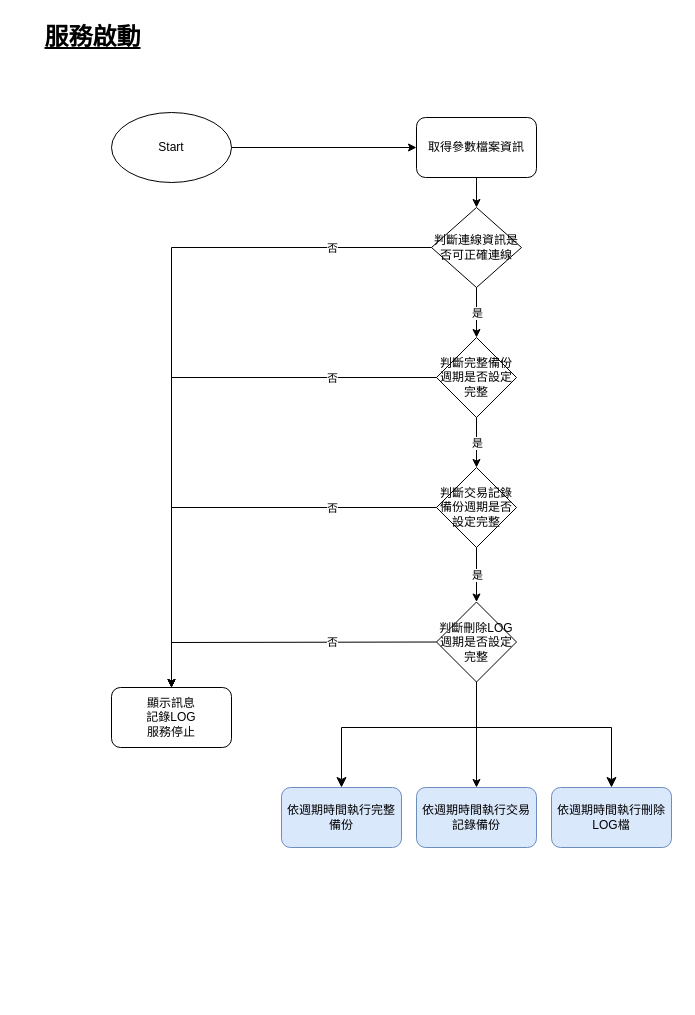
This is page "服務啟動" (2 of 5) of asus/ASUSMaintainTool/DBBackup/SA/diagram/DB_backup.drawio from ArcareRD/sadocs, a draw.io file, before an edit. Source tidied: cells renumbered, new cells numbered last; positions are measured from the earlier drawing's top-left corner, leaving out a move shared by most shapes. Both pictures are drawn from the tidied source at 100%, with x=0, y=0 at pixel (17, 17).
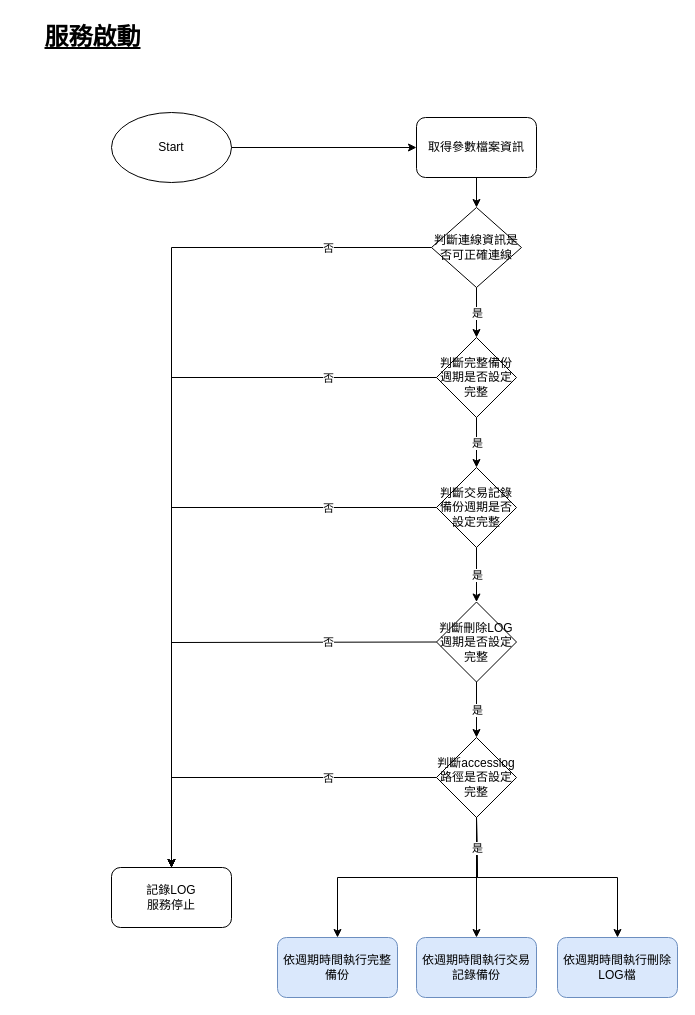
Above is the later version.

The change refers to these unchanged cells:
```xml
<mxCell id="7" value="判斷交易記錄備份週期是否設定完整" style="rhombus;whiteSpace=wrap;html=1;strokeColor=#000000;strokeWidth=1;" parent="1" vertex="1">
  <mxGeometry x="419" y="450" width="80" height="80" as="geometry" />
</mxCell>
<mxCell id="15" value="判斷刪除LOG週期是否設定完整" style="rhombus;whiteSpace=wrap;html=1;strokeColor=#000000;strokeWidth=1;" parent="1" vertex="1">
  <mxGeometry x="419" y="584.5" width="80" height="80" as="geometry" />
</mxCell>
<mxCell id="18" style="endArrow=classic;html=1;rounded=0;exitX=0;exitY=0.5;exitDx=0;exitDy=0;entryX=0.5;entryY=0;entryDx=0;entryDy=0;" parent="1" edge="1" source="5" target="12">
  <mxGeometry relative="1" as="geometry">
    <Array as="points">
      <mxPoint x="154" y="230" />
    </Array>
  </mxGeometry>
</mxCell>
<mxCell id="20" style="endArrow=classic;html=1;rounded=0;exitX=0;exitY=0.5;exitDx=0;exitDy=0;entryX=0.5;entryY=0;entryDx=0;entryDy=0;" parent="1" edge="1" source="6" target="12">
  <mxGeometry relative="1" as="geometry">
    <Array as="points">
      <mxPoint x="154" y="360" />
    </Array>
  </mxGeometry>
</mxCell>
```

The edit, as a diff of the source:
```diff
@@
-    <mxCell id="12" value="顯示訊息&lt;br&gt;記錄LOG&lt;br&gt;服務停止" style="rounded=1;whiteSpace=wrap;html=1;strokeColor=#000000;strokeWidth=1;" parent="1" vertex="1">
-      <mxGeometry x="94" y="670" width="120" height="60" as="geometry" />
+    <mxCell id="12" value="記錄LOG&lt;br&gt;服務停止" style="rounded=1;whiteSpace=wrap;html=1;strokeColor=#000000;strokeWidth=1;" parent="1" vertex="1">
+      <mxGeometry x="94" y="850" width="120" height="60" as="geometry" />
     </mxCell>
@@
     <mxCell id="19" value="否" style="edgeLabel;html=1;align=center;verticalAlign=middle;strokeColor=#000000;strokeWidth=1;" parent="18" vertex="1">
       <mxGeometry relative="1" as="geometry">
-        <mxPoint x="160" y="-90" as="offset" />
+        <mxPoint x="156" y="-180" as="offset" />
       </mxGeometry>
     </mxCell>
@@
     <mxCell id="21" value="否" style="edgeLabel;html=1;align=center;verticalAlign=middle;strokeColor=#000000;strokeWidth=1;" parent="20" vertex="1">
       <mxGeometry relative="1" as="geometry">
-        <mxPoint x="160" y="-23" as="offset" />
+        <mxPoint x="156" y="-113" as="offset" />
       </mxGeometry>
     </mxCell>
     <mxCell id="22" style="endArrow=classic;html=1;rounded=0;exitX=0;exitY=0.5;exitDx=0;exitDy=0;" parent="1" edge="1" source="7">
       <mxGeometry relative="1" as="geometry">
-        <mxPoint x="154" y="670" as="targetPoint" />
+        <mxPoint x="154" y="850" as="targetPoint" />
         <Array as="points">
           <mxPoint x="154" y="490" />
         </Array>
       </mxGeometry>
     </mxCell>
     <mxCell id="23" value="否" style="edgeLabel;html=1;align=center;verticalAlign=middle;strokeColor=#000000;strokeWidth=1;" parent="22" vertex="1">
       <mxGeometry relative="1" as="geometry">
-        <mxPoint x="118" as="offset" />
+        <mxPoint x="156" y="-48" as="offset" />
       </mxGeometry>
     </mxCell>
     <mxCell id="24" style="endArrow=classic;html=1;rounded=0;exitX=0;exitY=0.5;exitDx=0;exitDy=0;entryX=0.5;entryY=0;entryDx=0;entryDy=0;" parent="1" edge="1" source="15" target="12">
       <mxGeometry relative="1" as="geometry">
         <Array as="points">
           <mxPoint x="154" y="625" />
+          <mxPoint x="154" y="690" />
         </Array>
       </mxGeometry>
     </mxCell>
     <mxCell id="25" value="否" style="edgeLabel;html=1;align=center;verticalAlign=middle;strokeColor=#000000;strokeWidth=1;" parent="24" vertex="1">
       <mxGeometry relative="1" as="geometry">
-        <mxPoint x="50" as="offset" />
+        <mxPoint x="136" as="offset" />
       </mxGeometry>
     </mxCell>
     <mxCell id="26" value="依週期時間執行完整備份" style="rounded=1;whiteSpace=wrap;html=1;strokeColor=#6c8ebf;strokeWidth=1;fillColor=#dae8fc;" parent="1" vertex="1">
-      <mxGeometry x="264" y="770" width="120" height="60" as="geometry" />
+      <mxGeometry x="260" y="920" width="120" height="60" as="geometry" />
     </mxCell>
     <mxCell id="27" value="依週期時間執行交易記錄備份" style="rounded=1;whiteSpace=wrap;html=1;strokeColor=#6c8ebf;strokeWidth=1;fillColor=#dae8fc;" parent="1" vertex="1">
-      <mxGeometry x="399" y="770" width="120" height="60" as="geometry" />
+      <mxGeometry x="399" y="920" width="120" height="60" as="geometry" />
     </mxCell>
     <mxCell id="28" value="依週期時間執行刪除LOG檔" style="rounded=1;whiteSpace=wrap;html=1;strokeColor=#6c8ebf;strokeWidth=1;fillColor=#dae8fc;" parent="1" vertex="1">
-      <mxGeometry x="534" y="770" width="120" height="60" as="geometry" />
+      <mxGeometry x="540" y="920" width="120" height="60" as="geometry" />
     </mxCell>
-    <mxCell id="29" style="edgeStyle=segmentEdgeStyle;endArrow=classic;html=1;curved=0;rounded=0;endSize=8;startSize=8;exitX=0.5;exitY=1;exitDx=0;exitDy=0;entryX=0.5;entryY=0;entryDx=0;entryDy=0;" parent="1" edge="1" source="15" target="26">
-      <mxGeometry relative="1" as="geometry">
-        <Array as="points">
-          <mxPoint x="459" y="710" />
-          <mxPoint x="324" y="710" />
-        </Array>
-      </mxGeometry>
-    </mxCell>
-    <mxCell id="30" style="edgeStyle=segmentEdgeStyle;endArrow=classic;html=1;curved=0;rounded=0;endSize=8;startSize=8;exitX=0.5;exitY=1;exitDx=0;exitDy=0;entryX=0.5;entryY=0;entryDx=0;entryDy=0;" parent="1" edge="1" source="15" target="28">
-      <mxGeometry relative="1" as="geometry">
-        <Array as="points">
-          <mxPoint x="459" y="710" />
-          <mxPoint x="594" y="710" />
-        </Array>
-      </mxGeometry>
-    </mxCell>
-    <mxCell id="31" style="endArrow=classic;html=1;rounded=0;exitX=0.5;exitY=1;exitDx=0;exitDy=0;" parent="1" edge="1" source="15" target="27">
-      <mxGeometry relative="1" as="geometry" />
-    </mxCell>
+    <mxCell id="32" value="判斷accesslog路徑是否設定完整" style="rhombus;whiteSpace=wrap;html=1;strokeColor=#000000;strokeWidth=1;" parent="1" vertex="1">
+      <mxGeometry x="419" y="720" width="80" height="80" as="geometry" />
+    </mxCell>
+    <mxCell id="33" style="endArrow=classic;html=1;rounded=0;exitX=0.5;exitY=1;exitDx=0;exitDy=0;entryX=0.5;entryY=0;entryDx=0;entryDy=0;" parent="1" edge="1" source="15" target="32">
+      <mxGeometry relative="1" as="geometry" />
+    </mxCell>
+    <mxCell id="34" value="是" style="edgeLabel;html=1;align=center;verticalAlign=middle;" parent="33" vertex="1">
+      <mxGeometry relative="1" as="geometry" />
+    </mxCell>
+    <mxCell id="35" style="endArrow=classic;html=1;rounded=0;exitX=0;exitY=0.5;exitDx=0;exitDy=0;entryX=0.5;entryY=0;entryDx=0;entryDy=0;" parent="1" edge="1" source="32" target="12">
+      <mxGeometry relative="1" as="geometry">
+        <Array as="points">
+          <mxPoint x="154" y="760" />
+        </Array>
+      </mxGeometry>
+    </mxCell>
+    <mxCell id="36" value="否" style="edgeLabel;html=1;align=center;verticalAlign=middle;" parent="35" vertex="1">
+      <mxGeometry relative="1" as="geometry">
+        <mxPoint x="69" as="offset" />
+      </mxGeometry>
+    </mxCell>
+    <mxCell id="37" style="endArrow=classic;html=1;rounded=0;entryX=0.5;entryY=0;entryDx=0;entryDy=0;exitX=0.5;exitY=1;exitDx=0;exitDy=0;" parent="1" edge="1" source="32" target="26">
+      <mxGeometry relative="1" as="geometry">
+        <Array as="points">
+          <mxPoint x="460" y="860" />
+          <mxPoint x="320" y="860" />
+        </Array>
+      </mxGeometry>
+    </mxCell>
+    <mxCell id="38" style="endArrow=classic;html=1;rounded=0;exitX=0.5;exitY=1;exitDx=0;exitDy=0;entryX=0.5;entryY=0;entryDx=0;entryDy=0;" parent="1" edge="1" source="32" target="28">
+      <mxGeometry relative="1" as="geometry">
+        <Array as="points">
+          <mxPoint x="460" y="860" />
+          <mxPoint x="600" y="860" />
+        </Array>
+      </mxGeometry>
+    </mxCell>
+    <mxCell id="39" style="endArrow=classic;html=1;rounded=0;exitX=0.5;exitY=1;exitDx=0;exitDy=0;entryX=0.5;entryY=0;entryDx=0;entryDy=0;" parent="1" edge="1" source="32" target="27">
+      <mxGeometry relative="1" as="geometry" />
+    </mxCell>
+    <mxCell id="40" value="是" style="edgeLabel;html=1;align=center;verticalAlign=middle;" parent="39" vertex="1">
+      <mxGeometry relative="1" as="geometry">
+        <mxPoint y="-30" as="offset" />
+      </mxGeometry>
+    </mxCell>
```
